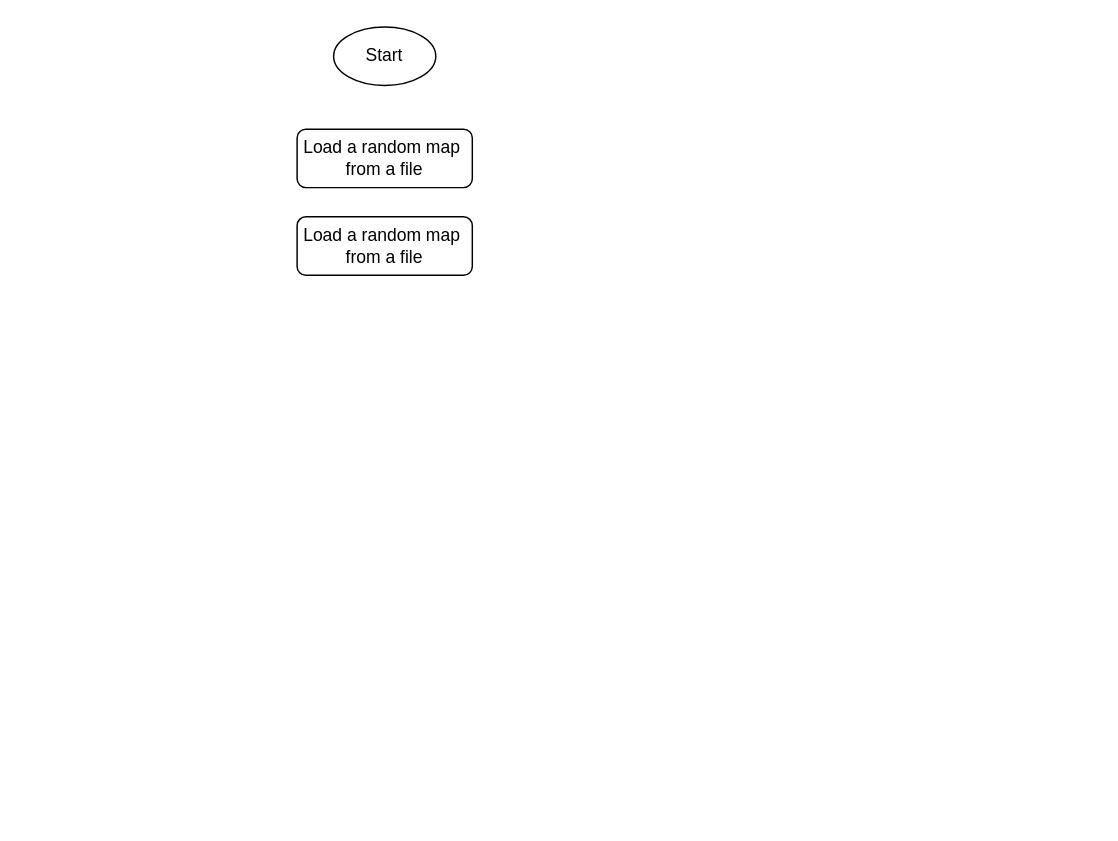
The draw.io diagram the_maze_flowchart.drawio in adoumasseo/UML-Modeling, before the edit. Source tidied: cells renumbered, new cells numbered last; positions are measured from the earlier drawing's top-left corner, leaving out a move shared by most shapes. Both pictures are drawn from the tidied source at 146%, with x=0, y=0 at pixel (296, 26).
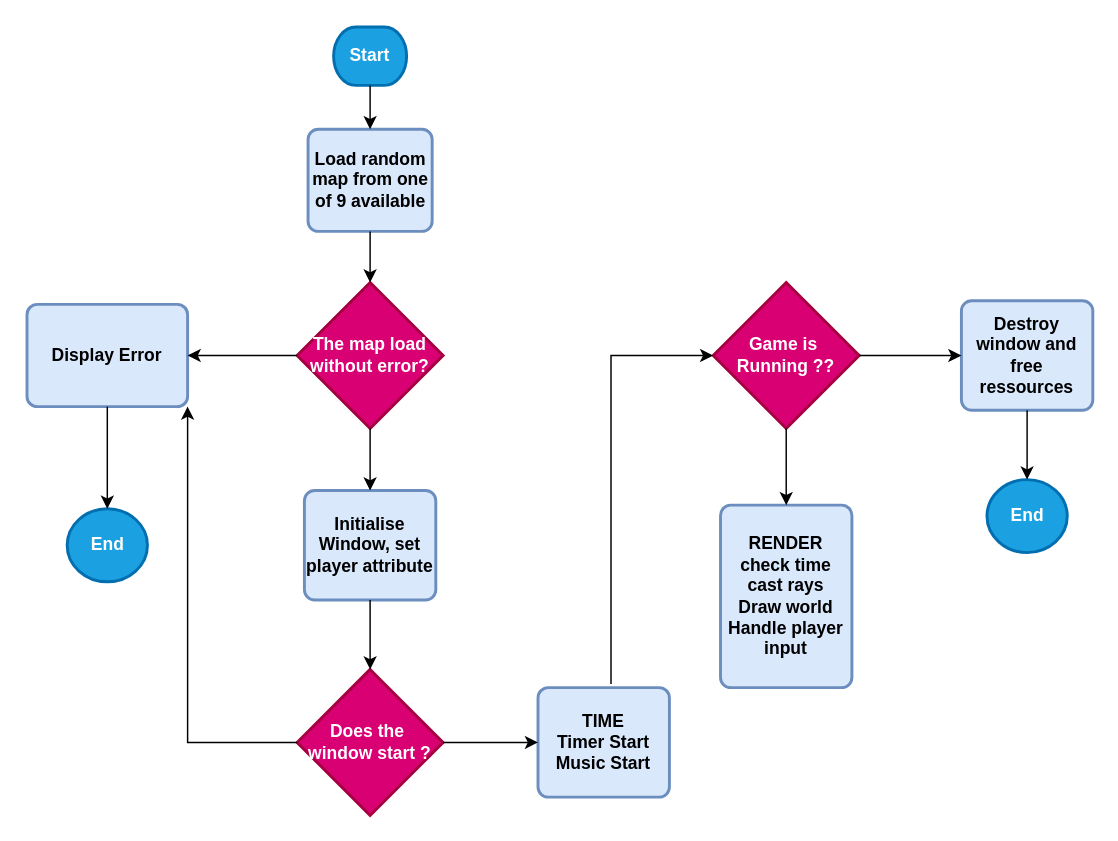
After the change.

Diff of the diagram source:
```diff
@@
-    <mxCell id="2" value="Start" style="ellipse;whiteSpace=wrap;html=1;" parent="1" vertex="1">
-      <mxGeometry x="25" width="70" height="40" as="geometry" />
+    <mxCell id="2" value="Start" style="strokeWidth=2;html=1;shape=mxgraph.flowchart.terminator;whiteSpace=wrap;fillColor=#1ba1e2;fontColor=#ffffff;strokeColor=#006EAF;fontStyle=1;" parent="1" vertex="1">
+      <mxGeometry x="25" width="50" height="40" as="geometry" />
     </mxCell>
-    <mxCell id="3" value="Load a random map&amp;nbsp; from a file " style="rounded=1;whiteSpace=wrap;html=1;" parent="1" vertex="1">
-      <mxGeometry y="70" width="120" height="40" as="geometry" />
-    </mxCell>
-    <mxCell id="4" value="Load a random map&amp;nbsp; from a file " style="rounded=1;whiteSpace=wrap;html=1;" parent="1" vertex="1">
-      <mxGeometry y="130" width="120" height="40" as="geometry" />
-    </mxCell>
+    <mxCell id="5" value="Load random map from one of 9 available" style="rounded=1;whiteSpace=wrap;html=1;absoluteArcSize=1;arcSize=14;strokeWidth=2;fillColor=#dae8fc;strokeColor=#6c8ebf;fontStyle=1;" parent="1" vertex="1">
+      <mxGeometry x="7.5" y="70" width="85" height="70" as="geometry" />
+    </mxCell>
+    <mxCell id="6" value="The map load without error?" style="strokeWidth=2;html=1;shape=mxgraph.flowchart.decision;whiteSpace=wrap;fillColor=#d80073;fontColor=#ffffff;strokeColor=#A50040;fontStyle=1;" parent="1" vertex="1">
+      <mxGeometry y="175" width="100" height="100" as="geometry" />
+    </mxCell>
+    <mxCell id="7" value="Display Error " style="rounded=1;whiteSpace=wrap;html=1;absoluteArcSize=1;arcSize=14;strokeWidth=2;fillColor=#dae8fc;strokeColor=#6c8ebf;fontStyle=1;" parent="1" vertex="1">
+      <mxGeometry x="-185" y="190" width="110" height="70" as="geometry" />
+    </mxCell>
+    <mxCell id="8" value="End" style="strokeWidth=2;html=1;shape=mxgraph.flowchart.start_2;whiteSpace=wrap;fillColor=#1ba1e2;fontColor=#ffffff;strokeColor=#006EAF;fontStyle=1;" parent="1" vertex="1">
+      <mxGeometry x="-157.5" y="330" width="55" height="50" as="geometry" />
+    </mxCell>
+    <mxCell id="9" value="Initialise Window, set player attribute " style="rounded=1;whiteSpace=wrap;html=1;absoluteArcSize=1;arcSize=14;strokeWidth=2;fillColor=#dae8fc;strokeColor=#6c8ebf;fontStyle=1;" parent="1" vertex="1">
+      <mxGeometry x="5" y="317.5" width="90" height="75" as="geometry" />
+    </mxCell>
+    <mxCell id="10" value="&lt;div&gt;Does the&amp;nbsp;&lt;/div&gt;&lt;div&gt;window start ?&lt;/div&gt;" style="strokeWidth=2;html=1;shape=mxgraph.flowchart.decision;whiteSpace=wrap;fillColor=#d80073;fontColor=#ffffff;strokeColor=#A50040;fontStyle=1;" parent="1" vertex="1">
+      <mxGeometry y="440" width="100" height="100" as="geometry" />
+    </mxCell>
+    <mxCell id="11" value="&lt;div&gt;RENDER&lt;br&gt;&lt;/div&gt;&lt;div&gt;check time&lt;/div&gt;&lt;div&gt;cast rays&lt;/div&gt;&lt;div&gt;Draw world&lt;/div&gt;&lt;div&gt;Handle player input &lt;br&gt;&lt;/div&gt;" style="rounded=1;whiteSpace=wrap;html=1;absoluteArcSize=1;arcSize=14;strokeWidth=2;fillColor=#dae8fc;strokeColor=#6c8ebf;fontStyle=1;" parent="1" vertex="1">
+      <mxGeometry x="290" y="327.5" width="90" height="125" as="geometry" />
+    </mxCell>
+    <mxCell id="12" value="&lt;div&gt;Game is&amp;nbsp;&lt;/div&gt;&lt;div&gt;Running ??&lt;/div&gt;" style="strokeWidth=2;html=1;shape=mxgraph.flowchart.decision;whiteSpace=wrap;fillColor=#d80073;fontColor=#ffffff;strokeColor=#A50040;fontStyle=1;" parent="1" vertex="1">
+      <mxGeometry x="285" y="175" width="100" height="100" as="geometry" />
+    </mxCell>
+    <mxCell id="13" value="&lt;div&gt;TIME&lt;br&gt;&lt;/div&gt;&lt;div&gt;Timer Start&lt;/div&gt;&lt;div&gt;Music Start&lt;br&gt;&lt;/div&gt;" style="rounded=1;whiteSpace=wrap;html=1;absoluteArcSize=1;arcSize=14;strokeWidth=2;fillColor=#dae8fc;strokeColor=#6c8ebf;fontStyle=1;" parent="1" vertex="1">
+      <mxGeometry x="165" y="452.5" width="90" height="75" as="geometry" />
+    </mxCell>
+    <mxCell id="14" value="Destroy window and free ressources" style="rounded=1;whiteSpace=wrap;html=1;absoluteArcSize=1;arcSize=14;strokeWidth=2;fillColor=#dae8fc;strokeColor=#6c8ebf;fontStyle=1;" parent="1" vertex="1">
+      <mxGeometry x="455" y="187.5" width="90" height="75" as="geometry" />
+    </mxCell>
+    <mxCell id="15" style="endArrow=classic;html=1;rounded=0;exitX=0.5;exitY=1;exitDx=0;exitDy=0;exitPerimeter=0;entryX=0.5;entryY=0;entryDx=0;entryDy=0;fontStyle=1;" parent="1" edge="1" source="12" target="11">
+      <mxGeometry relative="1" as="geometry" />
+    </mxCell>
+    <mxCell id="16" style="endArrow=classic;html=1;rounded=0;exitX=1;exitY=0.5;exitDx=0;exitDy=0;exitPerimeter=0;entryX=0;entryY=0.5;entryDx=0;entryDy=0;fontStyle=1;" parent="1" edge="1" source="12" target="14">
+      <mxGeometry relative="1" as="geometry" />
+    </mxCell>
+    <mxCell id="17" style="endArrow=classic;html=1;rounded=0;entryX=0;entryY=0.5;entryDx=0;entryDy=0;exitX=1;exitY=0.5;exitDx=0;exitDy=0;exitPerimeter=0;fontStyle=1;" parent="1" edge="1" source="10" target="13">
+      <mxGeometry relative="1" as="geometry" />
+    </mxCell>
+    <mxCell id="18" style="endArrow=classic;html=1;rounded=0;entryX=0.5;entryY=0;entryDx=0;entryDy=0;exitX=0.5;exitY=1;exitDx=0;exitDy=0;entryPerimeter=0;fontStyle=1;" parent="1" edge="1" source="9" target="10">
+      <mxGeometry relative="1" as="geometry" />
+    </mxCell>
+    <mxCell id="19" style="endArrow=classic;html=1;rounded=0;entryX=0.5;entryY=0;entryDx=0;entryDy=0;exitX=0.5;exitY=1;exitDx=0;exitDy=0;exitPerimeter=0;fontStyle=1;" parent="1" edge="1" source="6" target="9">
+      <mxGeometry relative="1" as="geometry" />
+    </mxCell>
+    <mxCell id="20" style="endArrow=classic;html=1;rounded=0;entryX=1;entryY=0.5;entryDx=0;entryDy=0;exitX=0;exitY=0.5;exitDx=0;exitDy=0;exitPerimeter=0;fontStyle=1;" parent="1" edge="1" source="6" target="7">
+      <mxGeometry relative="1" as="geometry" />
+    </mxCell>
+    <mxCell id="21" style="endArrow=classic;html=1;rounded=0;entryX=0.5;entryY=0;entryDx=0;entryDy=0;exitX=0.5;exitY=1;exitDx=0;exitDy=0;entryPerimeter=0;fontStyle=1;" parent="1" edge="1" source="7" target="8">
+      <mxGeometry relative="1" as="geometry" />
+    </mxCell>
+    <mxCell id="22" style="endArrow=classic;html=1;rounded=0;entryX=0.5;entryY=0;entryDx=0;entryDy=0;exitX=0.5;exitY=1;exitDx=0;exitDy=0;entryPerimeter=0;fontStyle=1;" parent="1" edge="1" source="5" target="6">
+      <mxGeometry relative="1" as="geometry" />
+    </mxCell>
+    <mxCell id="23" style="endArrow=classic;html=1;rounded=0;entryX=0.5;entryY=0;entryDx=0;entryDy=0;exitX=0.5;exitY=1;exitDx=0;exitDy=0;exitPerimeter=0;fontStyle=1;" parent="1" edge="1" source="2" target="5">
+      <mxGeometry relative="1" as="geometry" />
+    </mxCell>
+    <mxCell id="24" style="endArrow=classic;html=1;rounded=0;entryX=0;entryY=0.5;entryDx=0;entryDy=0;entryPerimeter=0;fontStyle=1;" parent="1" edge="1" target="12">
+      <mxGeometry relative="1" as="geometry">
+        <mxPoint x="215" y="450" as="sourcePoint" />
+        <Array as="points">
+          <mxPoint x="215" y="225" />
+        </Array>
+      </mxGeometry>
+    </mxCell>
+    <mxCell id="25" style="endArrow=classic;html=1;rounded=0;exitX=0;exitY=0.5;exitDx=0;exitDy=0;exitPerimeter=0;fontStyle=1;" parent="1" edge="1" source="10">
+      <mxGeometry relative="1" as="geometry">
+        <mxPoint x="-75" y="260" as="targetPoint" />
+        <Array as="points">
+          <mxPoint x="-75" y="490" />
+        </Array>
+      </mxGeometry>
+    </mxCell>
+    <mxCell id="26" value="End" style="strokeWidth=2;html=1;shape=mxgraph.flowchart.start_2;whiteSpace=wrap;fillColor=#1ba1e2;fontColor=#ffffff;strokeColor=#006EAF;fontStyle=1;" parent="1" vertex="1">
+      <mxGeometry x="472.5" y="310" width="55" height="50" as="geometry" />
+    </mxCell>
+    <mxCell id="27" style="endArrow=classic;html=1;rounded=0;exitX=0.5;exitY=1;exitDx=0;exitDy=0;entryX=0.5;entryY=0;entryDx=0;entryDy=0;entryPerimeter=0;fontStyle=1;" parent="1" edge="1" source="14" target="26">
+      <mxGeometry relative="1" as="geometry" />
+    </mxCell>
```
